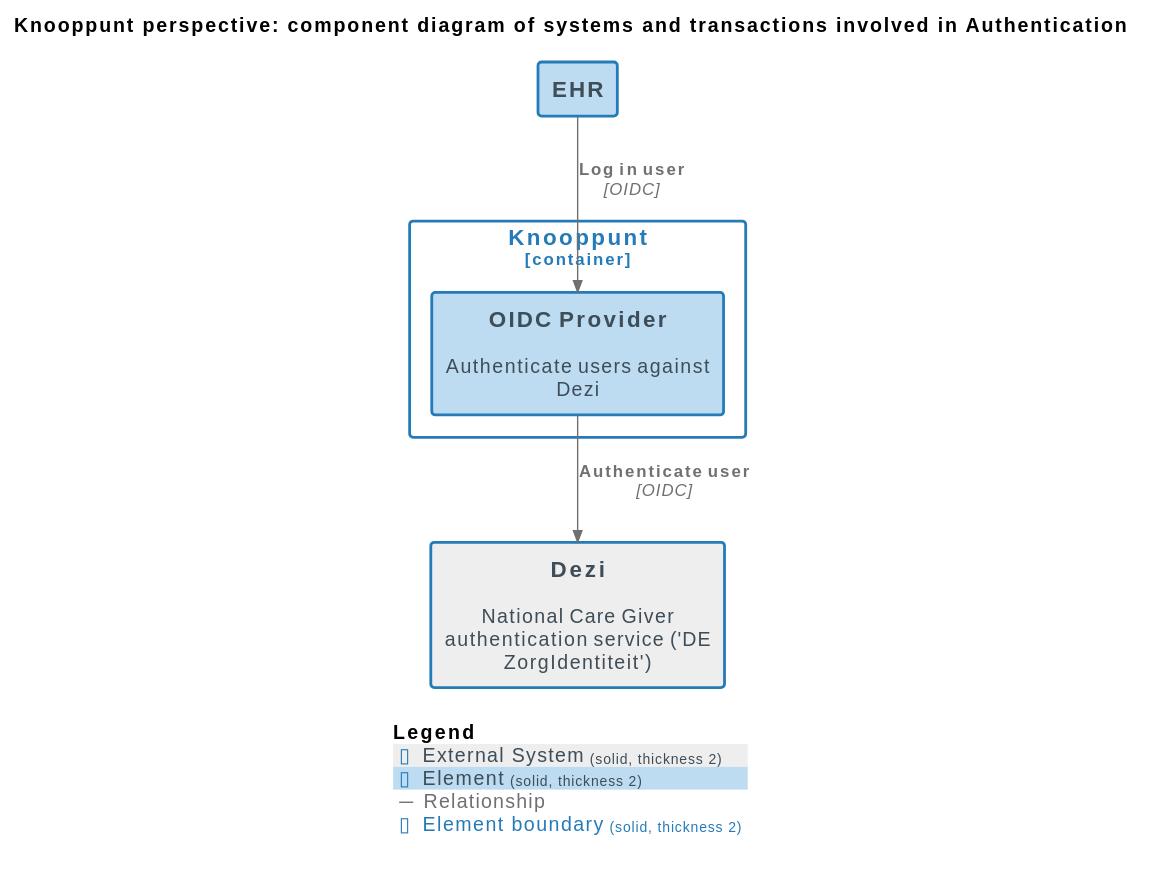
This is docs/images/structurizr-Authentication_ComponentDiagram.svg from nuts-foundation/nuts-knooppunt, a PlantUML export, as it was before one commit.
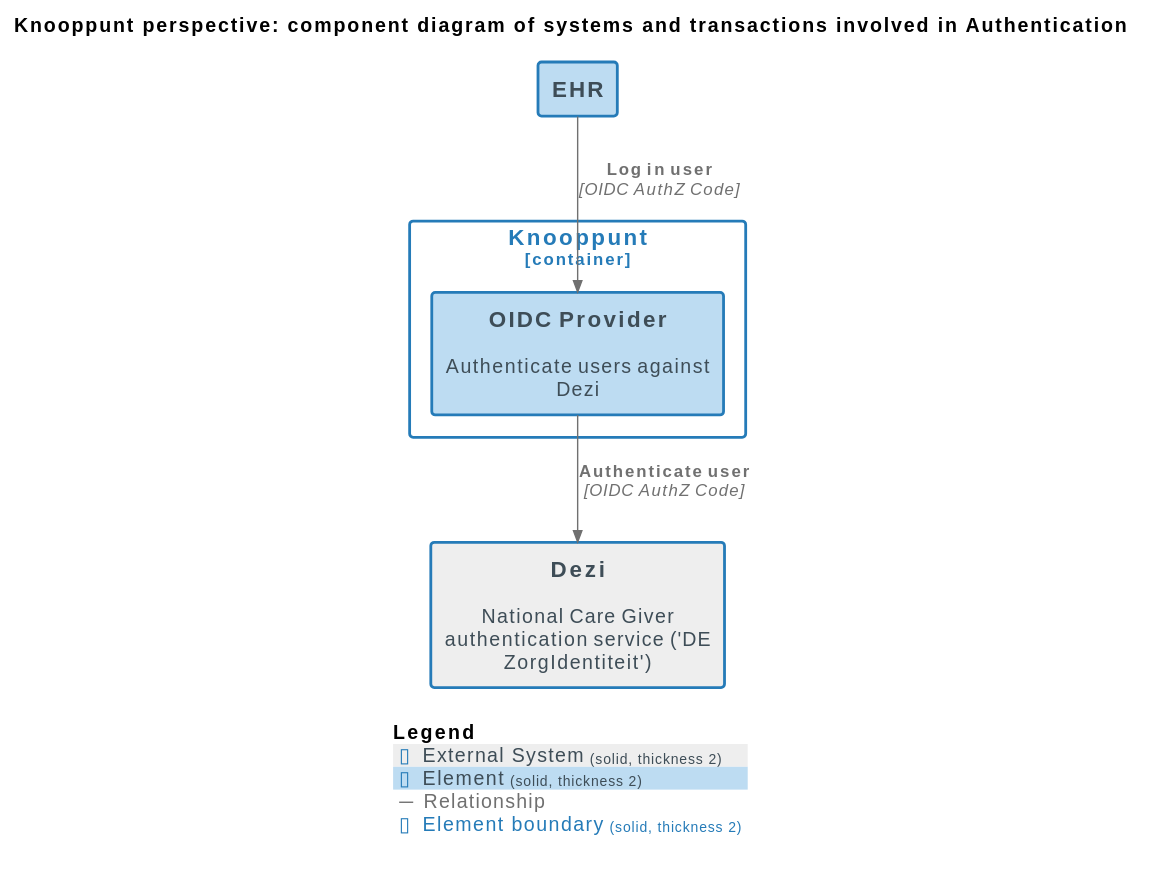
After the commit.

What changed in the source:
```diff
@@ -23,8 +23,8 @@
   Component(XIS.Knooppunt.OIDCProvider, "OIDC Provider", $techn="", $descr="Authenticate users against Dezi", $tags="Element", $link="")
 }
 
-Rel(XIS.EHR, XIS.Knooppunt.OIDCProvider, "Log in user", $techn="OIDC", $tags="Relationship", $link="")
-Rel(XIS.Knooppunt.OIDCProvider, Dezi, "Authenticate user", $techn="OIDC", $tags="Relationship", $link="")
+Rel(XIS.EHR, XIS.Knooppunt.OIDCProvider, "Log in user", $techn="OIDC AuthZ Code", $tags="Relationship", $link="")
+Rel(XIS.Knooppunt.OIDCProvider, Dezi, "Authenticate user", $techn="OIDC AuthZ Code", $tags="Relationship", $link="")
 
 SHOW_LEGEND(true)
 @enduml
```
